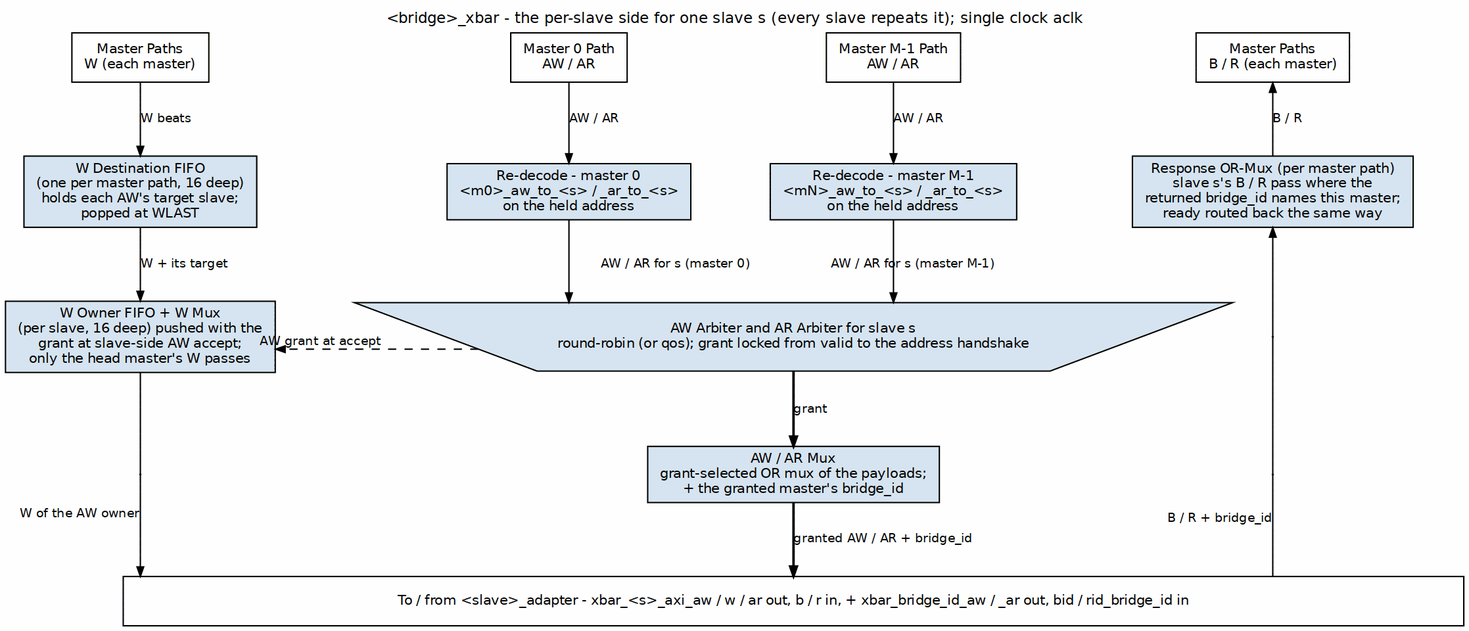
sean-galloway/RTLDesignSherpa keeps this Graphviz diagram as projects/components/fabric-gen-ip/bridge/docs/bridge_mas/assets/graphviz/crossbar_core.png. Above is the earlier version. Its source is kept beside it as projects/components/fabric-gen-ip/bridge/docs/bridge_mas/assets/graphviz/crossbar_core.dot. Source of this version:
```dot
digraph crossbar_core {
    graph [rankdir=TB, bgcolor="white", fontname="Helvetica", fontsize=11,
           nodesep="0.40", ranksep="0.60", splines=ortho, labelloc=t,
           label="<bridge>_xbar - the per-slave side for one slave s (every slave repeats it); single clock aclk"];
    node  [fontname="Helvetica", fontsize=10, shape=box, style=filled,
           fillcolor="#D6E4F0", color="black", margin="0.12,0.06"];
    edge  [fontname="Helvetica", fontsize=9, color="black", arrowsize=0.7];

    pw [label="Master Paths\nW (each master)", fillcolor="white", group=L];
    p0 [label="Master 0 Path\nAW / AR", fillcolor="white"];
    pn [label="Master M-1 Path\nAW / AR", fillcolor="white"];
    pr [label="Master Paths\nB / R (each master)", fillcolor="white", group=R];
    { rank=same; pw; p0; pn; pr; }
    pw -> p0 -> pn -> pr [style=invis];

    wdest [label="W Destination FIFO\n(one per master path, 16 deep)\nholds each AW's target slave;\npopped at WLAST", group=L];
    d0 [label="Re-decode - master 0\n<m0>_aw_to_<s> / _ar_to_<s>\non the held address"];
    dn [label="Re-decode - master M-1\n<mN>_aw_to_<s> / _ar_to_<s>\non the held address"];
    rmux [label="Response OR-Mux (per master path)\nslave s's B / R pass where the\nreturned bridge_id names this master;\nready routed back the same way", group=R];
    { rank=same; wdest; d0; dn; rmux; }
    wdest -> d0 -> dn -> rmux [style=invis];

    wown [label="W Owner FIFO + W Mux\n(per slave, 16 deep) pushed with the\ngrant at slave-side AW accept;\nonly the head master's W passes", group=L];
    arb [label="AW Arbiter and AR Arbiter for slave s\nround-robin (or qos); grant locked from valid to the address handshake",
         shape=invtrapezium, width=6.0, height=0.7];
    pr2 [shape=point, width=0.01, label="", group=R];
    { rank=same; wown; arb; pr2; }
    wown -> arb [style=invis];

    pl3 [shape=point, width=0.01, label="", group=L];
    amux [label="AW / AR Mux\ngrant-selected OR mux of the payloads;\n+ the granted master's bridge_id"];
    pr3 [shape=point, width=0.01, label="", group=R];
    { rank=same; pl3; amux; pr3; }
    pl3 -> amux -> pr3 [style=invis];

    bar [label="To / from <slave>_adapter - xbar_<s>_axi_aw / w / ar out, b / r in, + xbar_bridge_id_aw / _ar out, bid / rid_bridge_id in",
         fillcolor="white", width=13.6];

    pw -> wdest [label="W beats"];
    wdest -> wown [label="W + its target"];
    wown -> pl3 [dir=none];
    pl3 -> bar [xlabel="W of the AW owner"];

    p0 -> d0 [label="AW / AR"];
    pn -> dn [label="AW / AR"];
    d0 -> arb [label="AW / AR for s (master 0)"];
    dn -> arb [label="AW / AR for s (master M-1)"];
    arb -> amux [label="grant", penwidth=1.8];
    amux -> bar [label="granted AW / AR + bridge_id", penwidth=1.8];
    arb -> wown [style=dashed, xlabel="AW grant at accept"];

    pr -> rmux [dir=back, label="B / R"];
    rmux -> pr2 [dir=back];
    pr2 -> pr3 [dir=none];
    pr3 -> bar [dir=none, xlabel="B / R + bridge_id"];
}
```
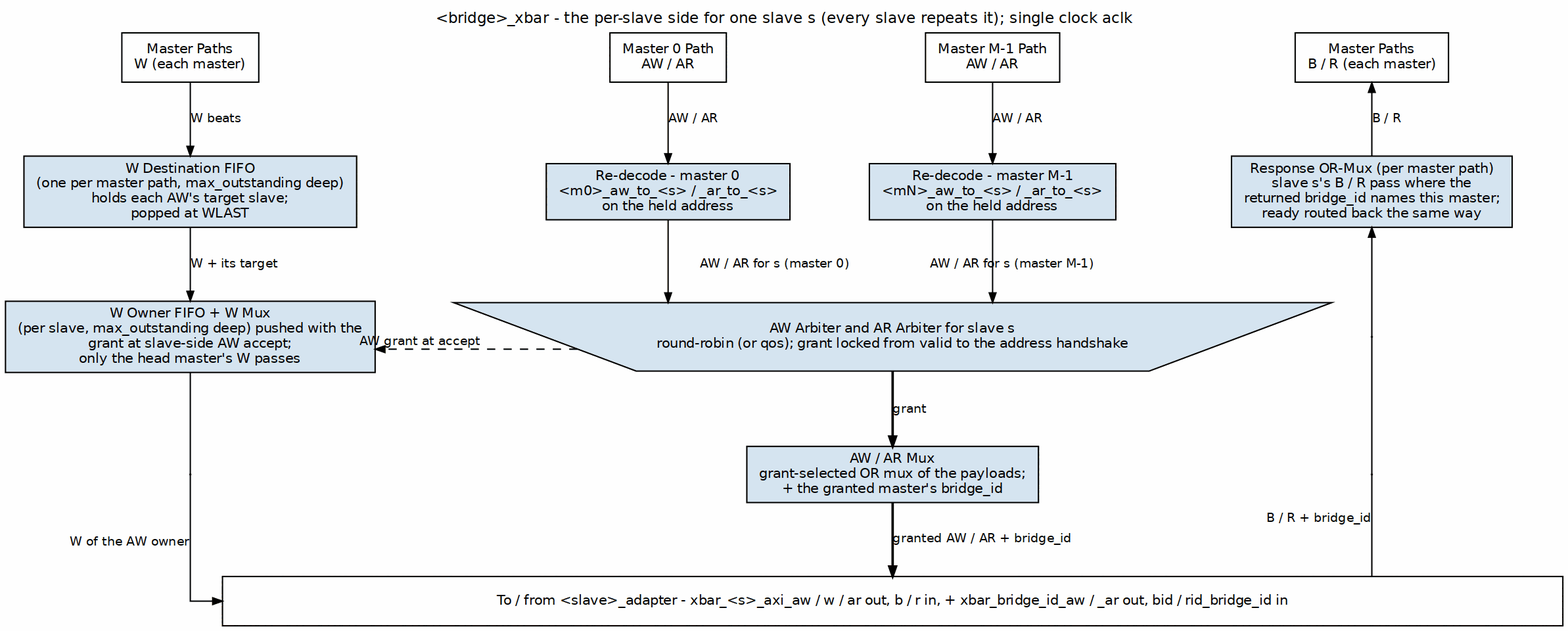
After the change.

What changed in the source:
```diff
@@ -13,14 +13,14 @@
     { rank=same; pw; p0; pn; pr; }
     pw -> p0 -> pn -> pr [style=invis];
 
-    wdest [label="W Destination FIFO\n(one per master path, 16 deep)\nholds each AW's target slave;\npopped at WLAST", group=L];
+    wdest [label="W Destination FIFO\n(one per master path, max_outstanding deep)\nholds each AW's target slave;\npopped at WLAST", group=L];
     d0 [label="Re-decode - master 0\n<m0>_aw_to_<s> / _ar_to_<s>\non the held address"];
     dn [label="Re-decode - master M-1\n<mN>_aw_to_<s> / _ar_to_<s>\non the held address"];
     rmux [label="Response OR-Mux (per master path)\nslave s's B / R pass where the\nreturned bridge_id names this master;\nready routed back the same way", group=R];
     { rank=same; wdest; d0; dn; rmux; }
     wdest -> d0 -> dn -> rmux [style=invis];
 
-    wown [label="W Owner FIFO + W Mux\n(per slave, 16 deep) pushed with the\ngrant at slave-side AW accept;\nonly the head master's W passes", group=L];
+    wown [label="W Owner FIFO + W Mux\n(per slave, max_outstanding deep) pushed with the\ngrant at slave-side AW accept;\nonly the head master's W passes", group=L];
     arb [label="AW Arbiter and AR Arbiter for slave s\nround-robin (or qos); grant locked from valid to the address handshake",
          shape=invtrapezium, width=6.0, height=0.7];
     pr2 [shape=point, width=0.01, label="", group=R];
```
